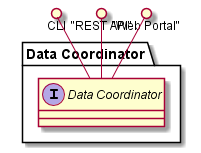
Before: docs/Solution/Data-Coordinator/Logical.png, a diagram exported from PlantUML (CAADE/CloudLet).
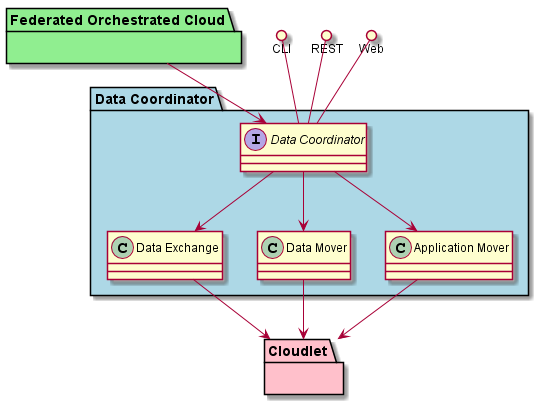
Above is the later version.

Change to the diagram source:
```diff
@@ -1,13 +1,33 @@
 @startuml
 
-package "Data Coordinator" {
-  interface "Data Coordinator" {
+package "Data Coordinator" #lightblue {
+  interface "Data Coordinator" as DC {
+  }
+  class "Data Exchange" as DE {
+  }
+  class "Data Mover" as DM {
+  }
+  class "Application Mover" as AM {
   }
 }
 
-CLI ()-- "Data Coordinator"
-"REST API" ()-- "Data Coordinator"
-"Web Portal" ()-- "Data Coordinator"
+package "Federated Orchestrated Cloud" as FOC #lightgreen {
+}
 
+package "Cloudlet" as Cloudlet #pink {
+}
+
+CLI ()-- DC
+REST ()--  DC
+Web ()-- DC
+DC --> DE
+DC --> DM
+DC --> AM
+
+FOC --> DC
+
+DE --> Cloudlet
+DM --> Cloudlet
+AM --> Cloudlet
 
 @enduml
```
